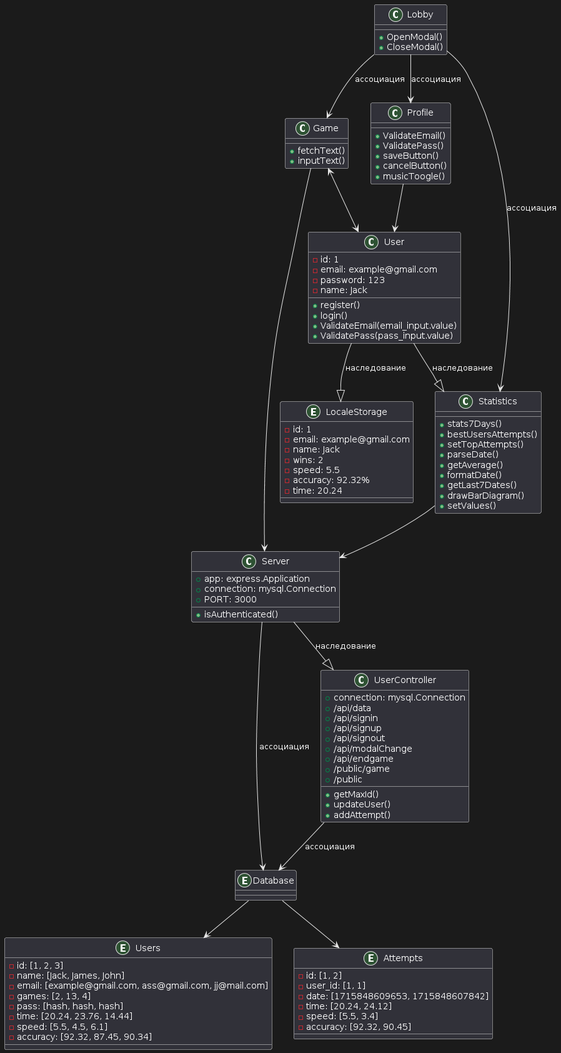
danelloptz/typeguru keeps this PlantUML diagram as docs/diagrams/objects.png. Above is the earlier version.
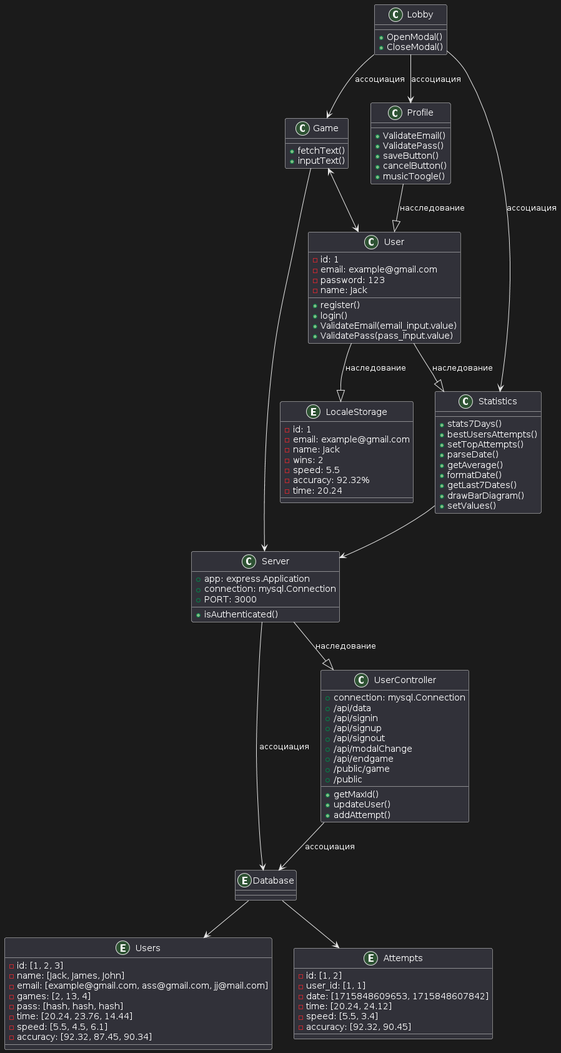
Above is the later version.

Commit message:
Подправил диаграммы

What changed in the source:
```diff
@@ -96,7 +96,7 @@
 }
 
 
-Profile --> User
+Profile --|> User : насследование
 User --|> Statistics : наследование
 Game <--> User
 Lobby --> Game : ассоциация
```
